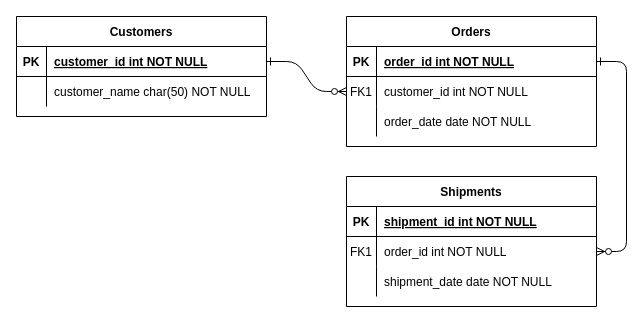
The draw.io diagram Untitled Diagram.drawio in JSaadat01/MyProject, before the edit. Source tidied: cells renumbered, new cells numbered last; positions are measured from the earlier drawing's top-left corner, leaving out a move shared by most shapes. Both pictures are drawn from the tidied source at 100%, with x=0, y=0 at pixel (16, 16).
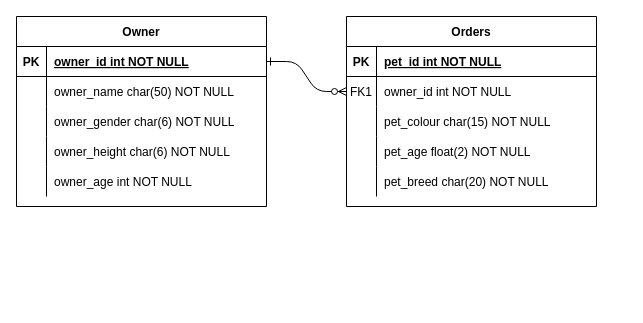
Above is the later version.

Unchanged cells that the change refers to:
```xml
<mxCell id="5" style="shape=partialRectangle;fillColor=none;points=[[0,0.5],[1,0.5]];portConstraint=eastwest;top=0;left=0;right=0;bottom=1;" parent="4" vertex="1">
  <mxGeometry y="30" width="250" height="30" as="geometry" />
</mxCell>
<mxCell id="8" style="shape=partialRectangle;fillColor=none;points=[[0,0.5],[1,0.5]];portConstraint=eastwest;top=0;left=0;right=0;bottom=0;" parent="4" vertex="1">
  <mxGeometry y="60" width="250" height="30" as="geometry" />
</mxCell>
<mxCell id="11" style="shape=partialRectangle;fillColor=none;top=0;left=0;right=0;bottom=0;" parent="4" vertex="1">
  <mxGeometry y="90" width="250" height="30" as="geometry" />
</mxCell>
<mxCell id="25" style="shape=partialRectangle;fillColor=none;points=[[0,0.5],[1,0.5]];portConstraint=eastwest;top=0;left=0;right=0;bottom=1;" parent="24" vertex="1">
  <mxGeometry y="30" width="250" height="30" as="geometry" />
</mxCell>
<mxCell id="28" style="shape=partialRectangle;fillColor=none;top=0;left=0;right=0;bottom=0;" parent="24" vertex="1">
  <mxGeometry y="60" width="250" height="30" as="geometry" />
</mxCell>
```

Diff of the diagram source:
```diff
@@
-    <mxCell id="3" style="edgeStyle=entityRelationEdgeStyle;endArrow=ERzeroToMany;startArrow=ERone;endFill=1;startFill=0;" parent="1" edge="1" source="5" target="18">
-      <mxGeometry relative="1" as="geometry" />
-    </mxCell>
     <mxCell id="4" value="Orders" style="shape=table;startSize=30;childLayout=tableLayout;rowLines=0;fontStyle=1;align=center;" parent="1" vertex="1">
-      <mxGeometry x="330" width="250" height="130" as="geometry" />
+      <mxGeometry x="330" width="250" height="190" as="geometry" />
     </mxCell>
@@
-    <mxCell id="7" value="order_id int NOT NULL " style="shape=partialRectangle;overflow=hidden;fillColor=none;top=0;left=0;bottom=0;right=0;align=left;spacingLeft=6;fontStyle=5;" parent="5" vertex="1">
+    <mxCell id="7" value="pet_id int NOT NULL " style="shape=partialRectangle;overflow=hidden;fillColor=none;top=0;left=0;bottom=0;right=0;align=left;spacingLeft=6;fontStyle=5;" parent="5" vertex="1">
       <mxGeometry x="30" width="220" height="30" as="geometry" />
     </mxCell>
@@
-    <mxCell id="10" value="customer_id int NOT NULL" style="shape=partialRectangle;overflow=hidden;fillColor=none;top=0;left=0;bottom=0;right=0;align=left;spacingLeft=6;" parent="8" vertex="1">
+    <mxCell id="10" value="owner_id int NOT NULL" style="shape=partialRectangle;overflow=hidden;fillColor=none;top=0;left=0;bottom=0;right=0;align=left;spacingLeft=6;" parent="8" vertex="1">
       <mxGeometry x="30" width="220" height="30" as="geometry" />
     </mxCell>
@@
-    <mxCell id="13" value="order_date date NOT NULL" style="shape=partialRectangle;overflow=hidden;fillColor=none;top=0;left=0;bottom=0;right=0;align=left;spacingLeft=6;" parent="11" vertex="1">
+    <mxCell id="13" value="pet_colour char(15) NOT NULL" style="shape=partialRectangle;overflow=hidden;fillColor=none;top=0;left=0;bottom=0;right=0;align=left;spacingLeft=6;" parent="11" vertex="1">
       <mxGeometry x="30" width="220" height="30" as="geometry" />
     </mxCell>
-    <mxCell id="14" value="Shipments" style="shape=table;startSize=30;childLayout=tableLayout;rowLines=0;fontStyle=1;align=center;" parent="1" vertex="1">
-      <mxGeometry x="330" y="160" width="250" height="130" as="geometry" />
-    </mxCell>
-    <mxCell id="15" style="shape=partialRectangle;fillColor=none;top=0;left=0;right=0;bottom=1;" parent="14" vertex="1">
-      <mxGeometry y="30" width="250" height="30" as="geometry" />
-    </mxCell>
-    <mxCell id="16" value="PK" style="shape=partialRectangle;overflow=hidden;fillColor=none;top=0;left=0;bottom=0;right=0;fontStyle=1;" parent="15" vertex="1">
-      <mxGeometry width="30" height="30" as="geometry" />
-    </mxCell>
-    <mxCell id="17" value="shipment_id int NOT NULL " style="shape=partialRectangle;overflow=hidden;fillColor=none;top=0;left=0;bottom=0;right=0;align=left;spacingLeft=6;fontStyle=5;" parent="15" vertex="1">
-      <mxGeometry x="30" width="220" height="30" as="geometry" />
-    </mxCell>
-    <mxCell id="18" style="shape=partialRectangle;fillColor=none;points=[[0,0.5],[1,0.5]];portConstraint=eastwest;top=0;left=0;right=0;bottom=0;" parent="14" vertex="1">
-      <mxGeometry y="60" width="250" height="30" as="geometry" />
-    </mxCell>
-    <mxCell id="19" value="FK1" style="shape=partialRectangle;overflow=hidden;fillColor=none;top=0;left=0;bottom=0;right=0;" parent="18" vertex="1">
-      <mxGeometry width="30" height="30" as="geometry" />
-    </mxCell>
-    <mxCell id="20" value="order_id int NOT NULL" style="shape=partialRectangle;overflow=hidden;fillColor=none;top=0;left=0;bottom=0;right=0;align=left;spacingLeft=6;" parent="18" vertex="1">
-      <mxGeometry x="30" width="220" height="30" as="geometry" />
-    </mxCell>
-    <mxCell id="21" style="shape=partialRectangle;fillColor=none;top=0;left=0;right=0;bottom=0;" parent="14" vertex="1">
-      <mxGeometry y="90" width="250" height="30" as="geometry" />
-    </mxCell>
-    <mxCell id="22" style="shape=partialRectangle;overflow=hidden;fillColor=none;top=0;left=0;bottom=0;right=0;" parent="21" vertex="1">
-      <mxGeometry width="30" height="30" as="geometry" />
-    </mxCell>
-    <mxCell id="23" value="shipment_date date NOT NULL" style="shape=partialRectangle;overflow=hidden;fillColor=none;top=0;left=0;bottom=0;right=0;align=left;spacingLeft=6;" parent="21" vertex="1">
-      <mxGeometry x="30" width="220" height="30" as="geometry" />
-    </mxCell>
+    <mxCell id="31" style="shape=partialRectangle;fillColor=none;top=0;left=0;right=0;bottom=0;" parent="4" vertex="1">
+      <mxGeometry y="120" width="250" height="30" as="geometry" />
+    </mxCell>
+    <mxCell id="32" style="shape=partialRectangle;overflow=hidden;fillColor=none;top=0;left=0;bottom=0;right=0;" parent="31" vertex="1">
+      <mxGeometry width="30" height="30" as="geometry" />
+    </mxCell>
+    <mxCell id="33" value="pet_age float(2) NOT NULL" style="shape=partialRectangle;overflow=hidden;fillColor=none;top=0;left=0;bottom=0;right=0;align=left;spacingLeft=6;" parent="31" vertex="1">
+      <mxGeometry x="30" width="220" height="30" as="geometry" />
+    </mxCell>
+    <mxCell id="34" style="shape=partialRectangle;fillColor=none;top=0;left=0;right=0;bottom=0;" parent="4" vertex="1">
+      <mxGeometry y="150" width="250" height="30" as="geometry" />
+    </mxCell>
+    <mxCell id="35" style="shape=partialRectangle;overflow=hidden;fillColor=none;top=0;left=0;bottom=0;right=0;" parent="34" vertex="1">
+      <mxGeometry width="30" height="30" as="geometry" />
+    </mxCell>
+    <mxCell id="36" value="pet_breed char(20) NOT NULL" style="shape=partialRectangle;overflow=hidden;fillColor=none;top=0;left=0;bottom=0;right=0;align=left;spacingLeft=6;" parent="34" vertex="1">
+      <mxGeometry x="30" width="220" height="30" as="geometry" />
+    </mxCell>
-    <mxCell id="24" value="Customers" style="shape=table;startSize=30;childLayout=tableLayout;rowLines=0;fontStyle=1;align=center;" parent="1" vertex="1">
-      <mxGeometry width="250" height="100" as="geometry" />
+    <mxCell id="24" value="Owner" style="shape=table;startSize=30;childLayout=tableLayout;rowLines=0;fontStyle=1;align=center;" parent="1" vertex="1">
+      <mxGeometry width="250" height="190" as="geometry" />
     </mxCell>
@@
-    <mxCell id="27" value="customer_id int NOT NULL " style="shape=partialRectangle;overflow=hidden;fillColor=none;top=0;left=0;bottom=0;right=0;align=left;spacingLeft=6;fontStyle=5;" parent="25" vertex="1">
+    <mxCell id="27" value="owner_id int NOT NULL " style="shape=partialRectangle;overflow=hidden;fillColor=none;top=0;left=0;bottom=0;right=0;align=left;spacingLeft=6;fontStyle=5;" parent="25" vertex="1">
       <mxGeometry x="30" width="220" height="30" as="geometry" />
     </mxCell>
@@
-    <mxCell id="30" value="customer_name char(50) NOT NULL" style="shape=partialRectangle;overflow=hidden;fillColor=none;top=0;left=0;bottom=0;right=0;align=left;spacingLeft=6;" parent="28" vertex="1">
+    <mxCell id="30" value="owner_name char(50) NOT NULL" style="shape=partialRectangle;overflow=hidden;fillColor=none;top=0;left=0;bottom=0;right=0;align=left;spacingLeft=6;" parent="28" vertex="1">
       <mxGeometry x="30" width="220" height="30" as="geometry" />
     </mxCell>
+    <mxCell id="21" style="shape=partialRectangle;fillColor=none;top=0;left=0;right=0;bottom=0;" parent="24" vertex="1">
+      <mxGeometry y="90" width="250" height="30" as="geometry" />
+    </mxCell>
+    <mxCell id="37" style="shape=partialRectangle;overflow=hidden;fillColor=none;top=0;left=0;bottom=0;right=0;" parent="21" vertex="1">
+      <mxGeometry width="30" height="30" as="geometry" />
+    </mxCell>
+    <mxCell id="38" value="owner_gender char(6) NOT NULL" style="shape=partialRectangle;overflow=hidden;fillColor=none;top=0;left=0;bottom=0;right=0;align=left;spacingLeft=6;" parent="21" vertex="1">
+      <mxGeometry x="30" width="220" height="30" as="geometry" />
+    </mxCell>
+    <mxCell id="39" style="shape=partialRectangle;fillColor=none;top=0;left=0;right=0;bottom=0;" parent="24" vertex="1">
+      <mxGeometry y="120" width="250" height="30" as="geometry" />
+    </mxCell>
+    <mxCell id="40" style="shape=partialRectangle;overflow=hidden;fillColor=none;top=0;left=0;bottom=0;right=0;" parent="39" vertex="1">
+      <mxGeometry width="30" height="30" as="geometry" />
+    </mxCell>
+    <mxCell id="41" value="owner_height char(6) NOT NULL" style="shape=partialRectangle;overflow=hidden;fillColor=none;top=0;left=0;bottom=0;right=0;align=left;spacingLeft=6;" parent="39" vertex="1">
+      <mxGeometry x="30" width="220" height="30" as="geometry" />
+    </mxCell>
+    <mxCell id="42" style="shape=partialRectangle;fillColor=none;top=0;left=0;right=0;bottom=0;" parent="24" vertex="1">
+      <mxGeometry y="150" width="250" height="30" as="geometry" />
+    </mxCell>
+    <mxCell id="43" style="shape=partialRectangle;overflow=hidden;fillColor=none;top=0;left=0;bottom=0;right=0;" parent="42" vertex="1">
+      <mxGeometry width="30" height="30" as="geometry" />
+    </mxCell>
+    <mxCell id="44" value="owner_age int NOT NULL" style="shape=partialRectangle;overflow=hidden;fillColor=none;top=0;left=0;bottom=0;right=0;align=left;spacingLeft=6;" parent="42" vertex="1">
+      <mxGeometry x="30" width="220" height="30" as="geometry" />
+    </mxCell>
```
